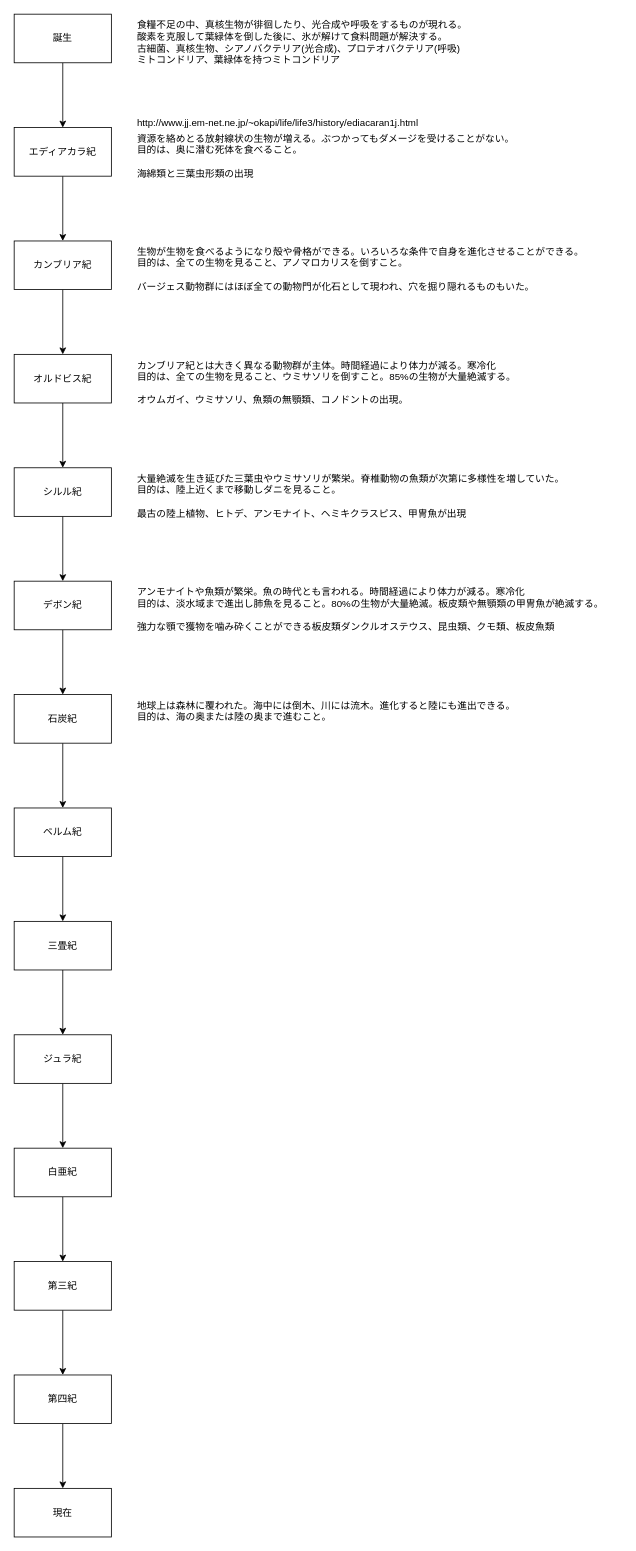
idaks1325/eater_design keeps this draw.io diagram as page "全て" (3 of 3) of eater.drawio. Above is the earlier version. Source tidied: cells renumbered, new cells numbered last; positions are measured from the earlier drawing's top-left corner, leaving out a move shared by most shapes. Both pictures are drawn from the tidied source at 81%, with x=0, y=0 at pixel (14, 14).
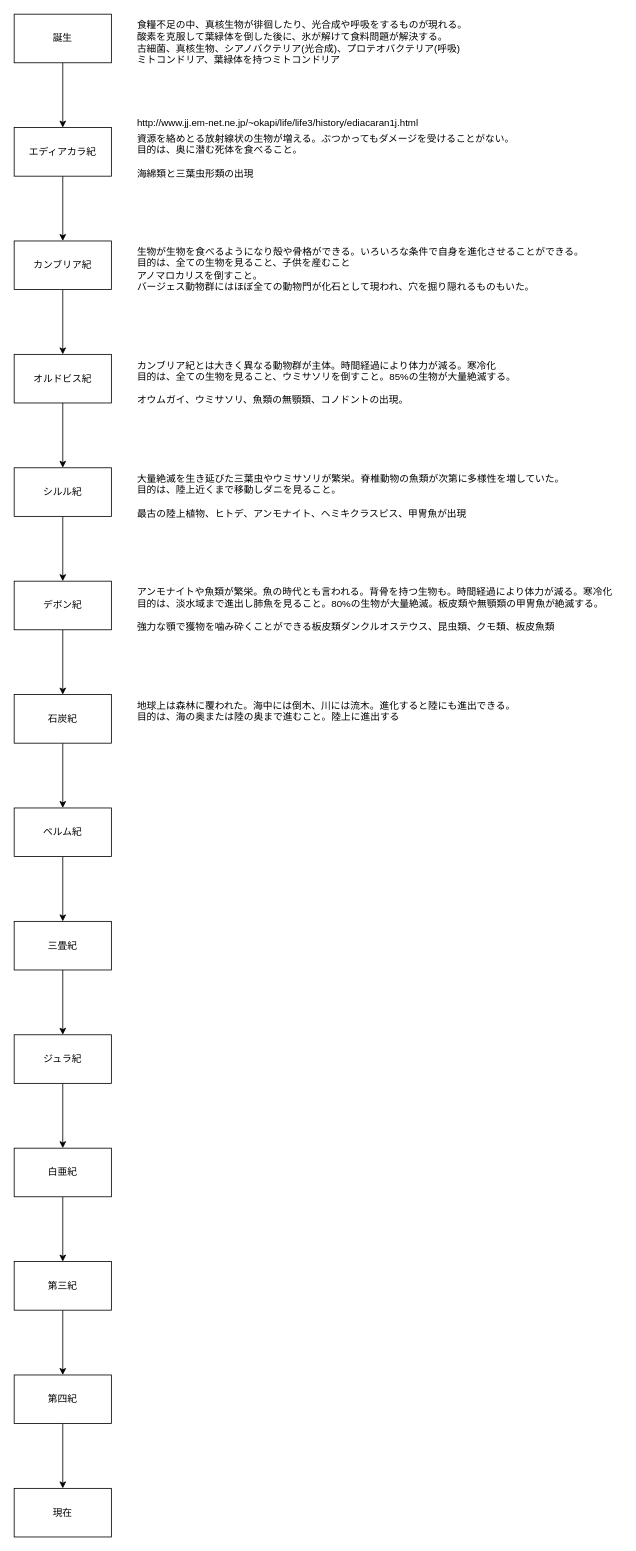
The same diagram, later.

Commit message:
eater.drawio を更新します

Change to the diagram source:
```diff
@@
-    <mxCell id="31" value="生物が生物を食べるようになり殻や骨格ができる。いろいろな条件で自身を進化させることができる。&lt;br&gt;目的は、全ての生物を見ること、アノマロカリスを倒すこと。&lt;br&gt;&lt;br&gt;バージェス動物群にはほぼ全ての動物門が化石として現われ、穴を掘り隠れるものもいた。" style="text;html=1;strokeColor=none;fillColor=none;align=left;verticalAlign=top;whiteSpace=wrap;rounded=0;" parent="1" vertex="1">
+    <mxCell id="31" value="生物が生物を食べるようになり殻や骨格ができる。いろいろな条件で自身を進化させることができる。&lt;br&gt;目的は、全ての生物を見ること、子供を産むこと&lt;br&gt;アノマロカリスを倒すこと。&lt;br&gt;バージェス動物群にはほぼ全ての動物門が化石として現われ、穴を掘り隠れるものもいた。" style="text;html=1;strokeColor=none;fillColor=none;align=left;verticalAlign=top;whiteSpace=wrap;rounded=0;" parent="1" vertex="1">
       <mxGeometry x="150" y="280" width="600" height="60" as="geometry" />
     </mxCell>
@@
-    <mxCell id="35" value="アンモナイトや魚類が繁栄。魚の時代とも言われる。時間経過により体力が減る。寒冷化&lt;br&gt;目的は、淡水域まで進出し肺魚を見ること。80%の生物が大量絶滅。板皮類や無顎類の甲冑魚が絶滅する。&lt;br&gt;&lt;br&gt;強力な顎で獲物を噛み砕くことができる板皮類ダンクルオステウス、昆虫類、クモ類、板皮魚類" style="text;html=1;strokeColor=none;fillColor=none;align=left;verticalAlign=top;whiteSpace=wrap;rounded=0;" parent="1" vertex="1">
+    <mxCell id="35" value="アンモナイトや魚類が繁栄。魚の時代とも言われる。背骨を持つ生物も。時間経過により体力が減る。寒冷化&lt;br&gt;目的は、淡水域まで進出し肺魚を見ること。80%の生物が大量絶滅。板皮類や無顎類の甲冑魚が絶滅する。&lt;br&gt;&lt;br&gt;強力な顎で獲物を噛み砕くことができる板皮類ダンクルオステウス、昆虫類、クモ類、板皮魚類" style="text;html=1;strokeColor=none;fillColor=none;align=left;verticalAlign=top;whiteSpace=wrap;rounded=0;" parent="1" vertex="1">
       <mxGeometry x="150" y="700" width="600" height="60" as="geometry" />
     </mxCell>
-    <mxCell id="36" value="地球上は森林に覆われた。海中には倒木、川には流木。進化すると陸にも進出できる。&lt;br&gt;目的は、海の奥または陸の奥まで進むこと。" style="text;html=1;strokeColor=none;fillColor=none;align=left;verticalAlign=top;whiteSpace=wrap;rounded=0;" parent="1" vertex="1">
+    <mxCell id="36" value="地球上は森林に覆われた。海中には倒木、川には流木。進化すると陸にも進出できる。&lt;br&gt;目的は、海の奥または陸の奥まで進むこと。陸上に進出する" style="text;html=1;strokeColor=none;fillColor=none;align=left;verticalAlign=top;whiteSpace=wrap;rounded=0;" parent="1" vertex="1">
       <mxGeometry x="150" y="840" width="600" height="60" as="geometry" />
     </mxCell>
```
